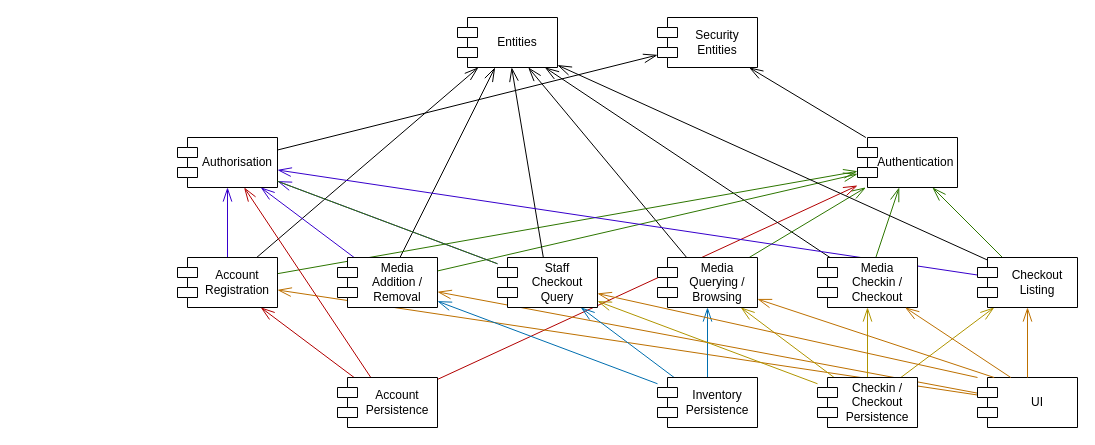
Above: page "Component Overview" (1 of 2) of libraryproject/component_design.drawio in melvdlin/FPT_Uebungen (draw.io), before the change. Source tidied: cells renumbered, new cells numbered last; positions are measured from the earlier drawing's top-left corner, leaving out a move shared by most shapes. Both pictures are drawn from the tidied source at 100%, with x=0, y=0 at pixel (177, 17).
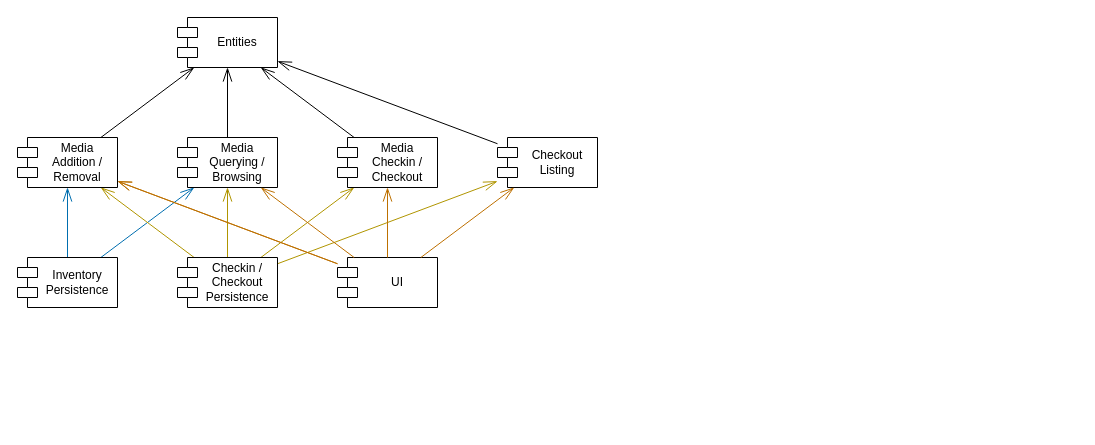
The same diagram, later.

Commit message (it also covers changes not shown here):
scrap authorisation and authentication in library project

Change to the diagram source:
```diff
@@
-    <mxCell id="2" style="edgeStyle=none;shape=connector;rounded=0;jettySize=auto;html=1;labelBackgroundColor=default;fontFamily=Helvetica;fontSize=11;fontColor=default;endArrow=openThin;endFill=0;startSize=12;endSize=12;strokeColor=#B20000;fillColor=#e51400;" parent="1" edge="1" source="30" target="32">
-      <mxGeometry relative="1" as="geometry" />
-    </mxCell>
-    <mxCell id="3" style="edgeStyle=none;shape=connector;rounded=0;jettySize=auto;html=1;labelBackgroundColor=default;fontFamily=Helvetica;fontSize=11;fontColor=default;endArrow=openThin;endFill=0;startSize=12;endSize=12;strokeColor=#B20000;fillColor=#e51400;" parent="1" edge="1" source="30" target="48">
-      <mxGeometry relative="1" as="geometry" />
-    </mxCell>
@@
-    <mxCell id="5" style="edgeStyle=none;shape=connector;rounded=0;jettySize=auto;html=1;labelBackgroundColor=default;fontFamily=Helvetica;fontSize=11;fontColor=default;endArrow=openThin;endFill=0;startSize=12;endSize=12;strokeColor=#BD7000;fillColor=#f0a30a;" parent="1" edge="1" source="31" target="32">
-      <mxGeometry relative="1" as="geometry" />
-    </mxCell>
-    <mxCell id="6" style="rounded=0;jettySize=auto;html=1;endArrow=openThin;endFill=0;endSize=12;startSize=12;" parent="1" edge="1" source="32" target="28">
-      <mxGeometry relative="1" as="geometry" />
-    </mxCell>
@@
-    <mxCell id="12" style="edgeStyle=none;shape=connector;rounded=0;jettySize=auto;html=1;labelBackgroundColor=default;fontFamily=Helvetica;fontSize=11;fontColor=default;endArrow=openThin;endFill=0;startSize=12;endSize=12;strokeColor=#006EAF;fillColor=#1ba1e2;" parent="1" edge="1" source="36" target="39">
-      <mxGeometry relative="1" as="geometry" />
-    </mxCell>
@@
-    <mxCell id="16" style="edgeStyle=none;shape=connector;rounded=0;jettySize=auto;html=1;labelBackgroundColor=default;fontFamily=Helvetica;fontSize=11;fontColor=default;endArrow=openThin;endFill=0;startSize=12;endSize=12;strokeColor=#B09500;fillColor=#e3c800;" parent="1" edge="1" source="37" target="39">
+    <mxCell id="16" style="edgeStyle=none;shape=connector;rounded=0;jettySize=auto;html=1;labelBackgroundColor=default;fontFamily=Helvetica;fontSize=11;fontColor=default;endArrow=openThin;endFill=0;startSize=12;endSize=12;strokeColor=#B09500;fillColor=#e3c800;" parent="1" edge="1" source="37" target="33">
       <mxGeometry relative="1" as="geometry" />
     </mxCell>
-    <mxCell id="17" style="edgeStyle=none;shape=connector;rounded=0;jettySize=auto;html=1;labelBackgroundColor=default;fontFamily=Helvetica;fontSize=11;fontColor=default;endArrow=openThin;endFill=0;startSize=12;endSize=12;strokeColor=#2D7600;fillColor=#60a917;" parent="1" edge="1" source="32" target="48">
-      <mxGeometry relative="1" as="geometry" />
-    </mxCell>
-    <mxCell id="18" style="edgeStyle=none;shape=connector;rounded=0;jettySize=auto;html=1;labelBackgroundColor=default;fontFamily=Helvetica;fontSize=11;fontColor=default;endArrow=openThin;endFill=0;startSize=12;endSize=12;strokeColor=#2D7600;fillColor=#60a917;" parent="1" edge="1" source="33" target="48">
-      <mxGeometry relative="1" as="geometry" />
-    </mxCell>
-    <mxCell id="19" style="edgeStyle=none;shape=connector;rounded=0;jettySize=auto;html=1;labelBackgroundColor=default;fontFamily=Helvetica;fontSize=11;fontColor=default;endArrow=openThin;endFill=0;startSize=12;endSize=12;strokeColor=#2D7600;fillColor=#60a917;" parent="1" edge="1" source="35" target="48">
-      <mxGeometry relative="1" as="geometry" />
-    </mxCell>
-    <mxCell id="20" style="edgeStyle=none;shape=connector;rounded=0;jettySize=auto;html=1;labelBackgroundColor=default;fontFamily=Helvetica;fontSize=11;fontColor=default;endArrow=openThin;endFill=0;startSize=12;endSize=12;strokeColor=#2D7600;fillColor=#60a917;" parent="1" edge="1" source="34" target="48">
-      <mxGeometry relative="1" as="geometry" />
-    </mxCell>
-    <mxCell id="21" style="edgeStyle=none;shape=connector;rounded=0;jettySize=auto;html=1;labelBackgroundColor=default;fontFamily=Helvetica;fontSize=11;fontColor=default;endArrow=openThin;endFill=0;startSize=12;endSize=12;strokeColor=#2D7600;fillColor=#60a917;" parent="1" edge="1" source="38" target="48">
-      <mxGeometry relative="1" as="geometry" />
-    </mxCell>
-    <mxCell id="22" style="edgeStyle=none;shape=connector;rounded=0;jettySize=auto;html=1;labelBackgroundColor=default;fontFamily=Helvetica;fontSize=11;fontColor=default;endArrow=openThin;endFill=0;startSize=12;endSize=12;strokeColor=default;exitX=0.25;exitY=0.187;exitDx=0;exitDy=0;exitPerimeter=0;" parent="1" edge="1" source="38" target="28">
+    <mxCell id="22" style="edgeStyle=none;shape=connector;rounded=0;jettySize=auto;html=1;labelBackgroundColor=default;fontFamily=Helvetica;fontSize=11;fontColor=default;endArrow=openThin;endFill=0;startSize=12;endSize=12;strokeColor=default;" parent="1" edge="1" source="38" target="28">
       <mxGeometry relative="1" as="geometry" />
     </mxCell>
-    <mxCell id="23" style="edgeStyle=none;shape=connector;rounded=0;jettySize=auto;html=1;labelBackgroundColor=default;fontFamily=Helvetica;fontSize=11;fontColor=default;endArrow=openThin;endFill=0;startSize=12;endSize=12;strokeColor=default;" parent="1" edge="1" source="39" target="28">
-      <mxGeometry relative="1" as="geometry" />
-    </mxCell>
-    <mxCell id="24" style="edgeStyle=none;shape=connector;rounded=0;jettySize=auto;html=1;labelBackgroundColor=default;fontFamily=Helvetica;fontSize=11;fontColor=default;endArrow=openThin;endFill=0;startSize=12;endSize=12;strokeColor=#3700CC;fillColor=#6a00ff;" parent="1" edge="1" source="32" target="45">
-      <mxGeometry relative="1" as="geometry" />
-    </mxCell>
-    <mxCell id="25" style="edgeStyle=none;shape=connector;rounded=0;jettySize=auto;html=1;labelBackgroundColor=default;fontFamily=Helvetica;fontSize=11;fontColor=default;endArrow=openThin;endFill=0;startSize=12;endSize=12;strokeColor=#3700CC;fillColor=#6a00ff;" parent="1" edge="1" source="39" target="45">
-      <mxGeometry relative="1" as="geometry" />
-    </mxCell>
-    <mxCell id="26" style="edgeStyle=none;shape=connector;rounded=0;jettySize=auto;html=1;labelBackgroundColor=default;fontFamily=Helvetica;fontSize=11;fontColor=default;endArrow=openThin;endFill=0;startSize=12;endSize=12;strokeColor=#3700CC;fillColor=#6a00ff;" parent="1" edge="1" source="33" target="45">
-      <mxGeometry relative="1" as="geometry" />
-    </mxCell>
-    <mxCell id="27" style="edgeStyle=none;shape=connector;rounded=0;jettySize=auto;html=1;labelBackgroundColor=default;fontFamily=Helvetica;fontSize=11;fontColor=default;endArrow=openThin;endFill=0;startSize=12;endSize=12;strokeColor=#3700CC;fillColor=#6a00ff;" parent="1" edge="1" source="38" target="45">
-      <mxGeometry relative="1" as="geometry" />
-    </mxCell>
     <mxCell id="28" value="Entities" style="shape=module;align=center;spacingLeft=20;align=center;verticalAlign=middle;whiteSpace=wrap;" parent="1" vertex="1">
-      <mxGeometry x="280" width="100" height="50" as="geometry" />
+      <mxGeometry width="100" height="50" as="geometry" />
     </mxCell>
-    <mxCell id="29" style="edgeStyle=none;shape=connector;rounded=0;jettySize=auto;html=1;labelBackgroundColor=default;fontFamily=Helvetica;fontSize=11;fontColor=default;endArrow=openThin;endFill=0;startSize=12;endSize=12;strokeColor=#B20000;fillColor=#e51400;" parent="1" edge="1" source="30" target="45">
-      <mxGeometry relative="1" as="geometry" />
-    </mxCell>
-    <mxCell id="30" value="Account Persistence" style="shape=module;align=center;spacingLeft=20;align=center;verticalAlign=middle;whiteSpace=wrap;" parent="1" vertex="1">
-      <mxGeometry x="160" y="360" width="100" height="50" as="geometry" />
-    </mxCell>
     <mxCell id="31" value="UI" style="shape=module;align=center;spacingLeft=20;align=center;verticalAlign=middle;whiteSpace=wrap;" parent="1" vertex="1">
-      <mxGeometry x="800" y="360" width="100" height="50" as="geometry" />
+      <mxGeometry x="160" y="240" width="100" height="50" as="geometry" />
     </mxCell>
-    <mxCell id="32" value="Account Registration" style="shape=module;align=center;spacingLeft=20;align=center;verticalAlign=middle;whiteSpace=wrap;" parent="1" vertex="1">
-      <mxGeometry y="240" width="100" height="50" as="geometry" />
-    </mxCell>
     <mxCell id="33" value="Media Addition / Removal" style="shape=module;align=center;spacingLeft=20;align=center;verticalAlign=middle;whiteSpace=wrap;" parent="1" vertex="1">
-      <mxGeometry x="160" y="240" width="100" height="50" as="geometry" />
+      <mxGeometry x="-160" y="120" width="100" height="50" as="geometry" />
     </mxCell>
     <mxCell id="34" value="Media Checkin / Checkout" style="shape=module;align=center;spacingLeft=20;align=center;verticalAlign=middle;whiteSpace=wrap;" parent="1" vertex="1">
-      <mxGeometry x="640" y="240" width="100" height="50" as="geometry" />
+      <mxGeometry x="160" y="120" width="100" height="50" as="geometry" />
     </mxCell>
     <mxCell id="35" value="Media Querying / Browsing" style="shape=module;align=center;spacingLeft=20;align=center;verticalAlign=middle;whiteSpace=wrap;" parent="1" vertex="1">
-      <mxGeometry x="480" y="240" width="100" height="50" as="geometry" />
+      <mxGeometry y="120" width="100" height="50" as="geometry" />
     </mxCell>
     <mxCell id="36" value="Inventory Persistence" style="shape=module;align=center;spacingLeft=20;align=center;verticalAlign=middle;whiteSpace=wrap;" parent="1" vertex="1">
-      <mxGeometry x="480" y="360" width="100" height="50" as="geometry" />
+      <mxGeometry x="-160" y="240" width="100" height="50" as="geometry" />
     </mxCell>
     <mxCell id="37" value="Checkin / Checkout Persistence" style="shape=module;align=center;spacingLeft=20;align=center;verticalAlign=middle;whiteSpace=wrap;" parent="1" vertex="1">
-      <mxGeometry x="640" y="360" width="100" height="50" as="geometry" />
+      <mxGeometry y="240" width="100" height="50" as="geometry" />
     </mxCell>
     <mxCell id="38" value="Checkout Listing" style="shape=module;align=center;spacingLeft=20;align=center;verticalAlign=middle;whiteSpace=wrap;" parent="1" vertex="1">
-      <mxGeometry x="800" y="240" width="100" height="50" as="geometry" />
+      <mxGeometry x="320" y="120" width="100" height="50" as="geometry" />
     </mxCell>
-    <mxCell id="39" value="Staff &#10;Checkout Query" style="shape=module;align=center;spacingLeft=20;align=center;verticalAlign=middle;whiteSpace=wrap;" parent="1" vertex="1">
-      <mxGeometry x="320" y="240" width="100" height="50" as="geometry" />
-    </mxCell>
-    <mxCell id="40" style="edgeStyle=none;shape=connector;rounded=0;jettySize=auto;html=1;labelBackgroundColor=default;fontFamily=Helvetica;fontSize=11;fontColor=default;endArrow=openThin;endFill=0;startSize=12;endSize=12;strokeColor=#BD7000;fillColor=#f0a30a;" parent="1" edge="1" target="38">
-      <mxGeometry relative="1" as="geometry">
-        <mxPoint x="850" y="360" as="sourcePoint" />
-      </mxGeometry>
+    <mxCell id="40" style="edgeStyle=none;shape=connector;rounded=0;jettySize=auto;html=1;labelBackgroundColor=default;fontFamily=Helvetica;fontSize=11;fontColor=default;endArrow=openThin;endFill=0;startSize=12;endSize=12;strokeColor=#BD7000;fillColor=#f0a30a;" parent="1" edge="1" source="31" target="38">
+      <mxGeometry relative="1" as="geometry" />
     </mxCell>
-    <mxCell id="41" style="edgeStyle=none;shape=connector;rounded=0;jettySize=auto;html=1;labelBackgroundColor=default;fontFamily=Helvetica;fontSize=11;fontColor=default;endArrow=openThin;endFill=0;startSize=12;endSize=12;strokeColor=#BD7000;fillColor=#f0a30a;" parent="1" edge="1" target="34">
-      <mxGeometry relative="1" as="geometry">
-        <mxPoint x="833.3" y="360" as="sourcePoint" />
-      </mxGeometry>
+    <mxCell id="41" style="edgeStyle=none;shape=connector;rounded=0;jettySize=auto;html=1;labelBackgroundColor=default;fontFamily=Helvetica;fontSize=11;fontColor=default;endArrow=openThin;endFill=0;startSize=12;endSize=12;strokeColor=#BD7000;fillColor=#f0a30a;" parent="1" edge="1" source="31" target="34">
+      <mxGeometry relative="1" as="geometry" />
     </mxCell>
-    <mxCell id="42" style="edgeStyle=none;shape=connector;rounded=0;jettySize=auto;html=1;labelBackgroundColor=default;fontFamily=Helvetica;fontSize=11;fontColor=default;endArrow=openThin;endFill=0;startSize=12;endSize=12;strokeColor=#BD7000;fillColor=#f0a30a;" parent="1" edge="1" target="35">
-      <mxGeometry relative="1" as="geometry">
-        <mxPoint x="816.7" y="360" as="sourcePoint" />
-      </mxGeometry>
+    <mxCell id="42" style="edgeStyle=none;shape=connector;rounded=0;jettySize=auto;html=1;labelBackgroundColor=default;fontFamily=Helvetica;fontSize=11;fontColor=default;endArrow=openThin;endFill=0;startSize=12;endSize=12;strokeColor=#BD7000;fillColor=#f0a30a;" parent="1" edge="1" source="31" target="35">
+      <mxGeometry relative="1" as="geometry" />
     </mxCell>
-    <mxCell id="43" style="edgeStyle=none;shape=connector;rounded=0;jettySize=auto;html=1;labelBackgroundColor=default;fontFamily=Helvetica;fontSize=11;fontColor=default;endArrow=openThin;endFill=0;startSize=12;endSize=12;strokeColor=#BD7000;fillColor=#f0a30a;" parent="1" edge="1" target="39">
-      <mxGeometry relative="1" as="geometry">
-        <mxPoint x="800" y="360" as="sourcePoint" />
-      </mxGeometry>
+    <mxCell id="43" style="edgeStyle=none;shape=connector;rounded=0;jettySize=auto;html=1;labelBackgroundColor=default;fontFamily=Helvetica;fontSize=11;fontColor=default;endArrow=openThin;endFill=0;startSize=12;endSize=12;strokeColor=#BD7000;fillColor=#f0a30a;" parent="1" edge="1" source="31" target="33">
+      <mxGeometry relative="1" as="geometry" />
     </mxCell>
-    <mxCell id="44" value="Security&#10;Entities" style="shape=module;align=center;spacingLeft=20;align=center;verticalAlign=middle;whiteSpace=wrap;" parent="1" vertex="1">
-      <mxGeometry x="480" width="100" height="50" as="geometry" />
-    </mxCell>
-    <mxCell id="45" value="Authorisation" style="shape=module;align=center;spacingLeft=20;align=center;verticalAlign=middle;whiteSpace=wrap;" parent="1" vertex="1">
-      <mxGeometry y="120" width="100" height="50" as="geometry" />
-    </mxCell>
-    <mxCell id="46" style="edgeStyle=none;shape=connector;rounded=0;jettySize=auto;html=1;labelBackgroundColor=default;fontFamily=Helvetica;fontSize=11;fontColor=default;endArrow=none;endFill=0;startSize=12;endSize=12;strokeColor=#2D7600;fillColor=#60a917;" parent="1" edge="1" source="39" target="45">
-      <mxGeometry relative="1" as="geometry" />
-    </mxCell>
-    <mxCell id="47" style="edgeStyle=none;shape=connector;rounded=0;jettySize=auto;html=1;labelBackgroundColor=default;fontFamily=Helvetica;fontSize=11;fontColor=default;startArrow=none;startFill=0;endArrow=openThin;endFill=0;startSize=12;endSize=12;strokeColor=default;" parent="1" edge="1" source="48" target="44">
-      <mxGeometry relative="1" as="geometry" />
-    </mxCell>
-    <mxCell id="48" value="Authentication " style="shape=module;align=center;spacingLeft=20;align=center;verticalAlign=middle;whiteSpace=wrap;" parent="1" vertex="1">
-      <mxGeometry x="680" y="120" width="100" height="50" as="geometry" />
-    </mxCell>
-    <mxCell id="49" style="rounded=0;jettySize=auto;html=1;endArrow=openThin;endFill=0;endSize=12;startSize=12;" parent="1" edge="1" source="45" target="44">
-      <mxGeometry relative="1" as="geometry" />
-    </mxCell>
```
